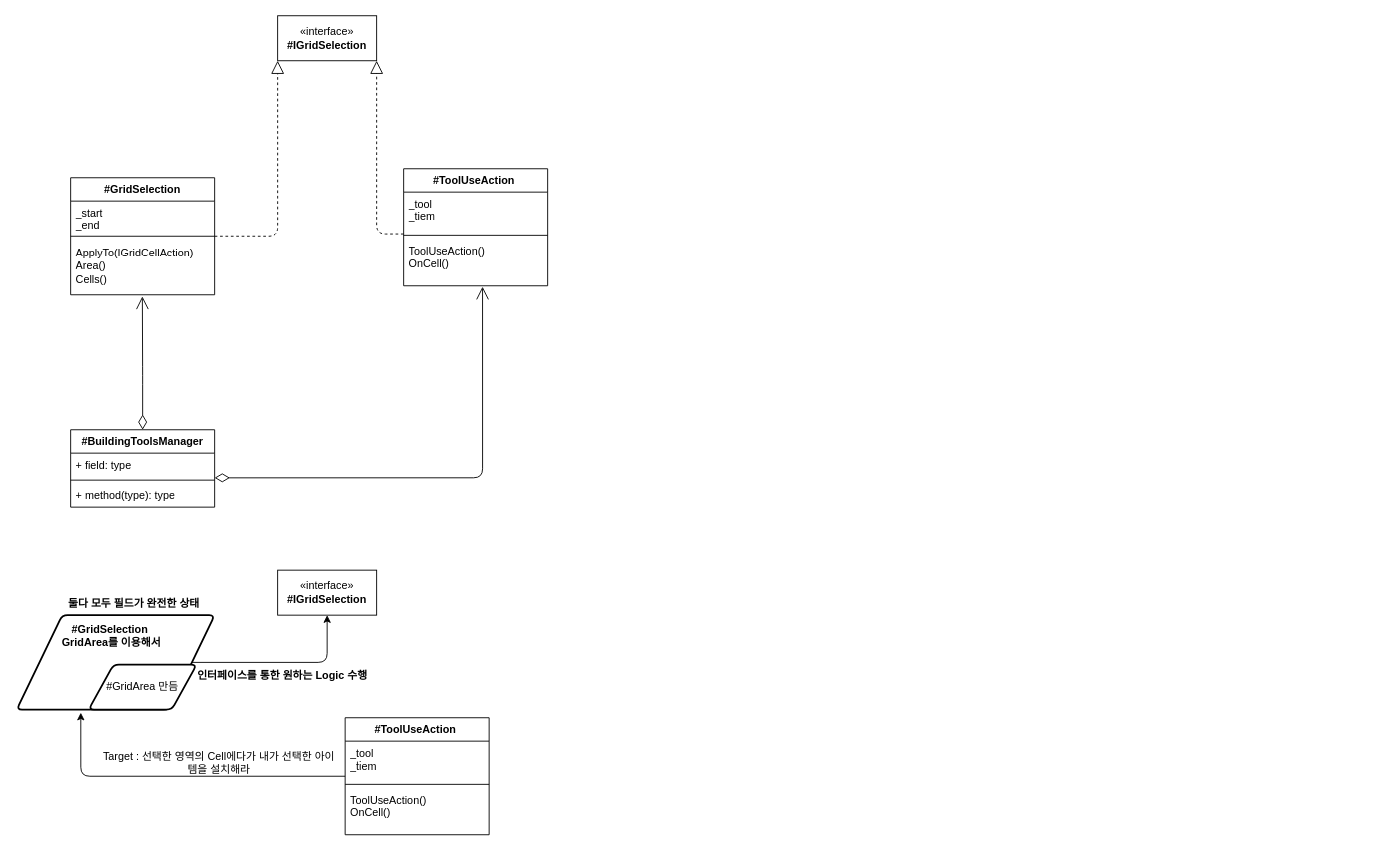
Kyukwang94/tower-defence-game keeps this draw.io diagram as documents/diagrams/GridSelection_System(elegant).drawio. Above is the earlier version. Source tidied: cells renumbered, new cells numbered last; positions are measured from the earlier drawing's top-left corner, leaving out a move shared by most shapes. Both pictures are drawn from the tidied source at 90%, with x=0, y=0 at pixel (16, 15).
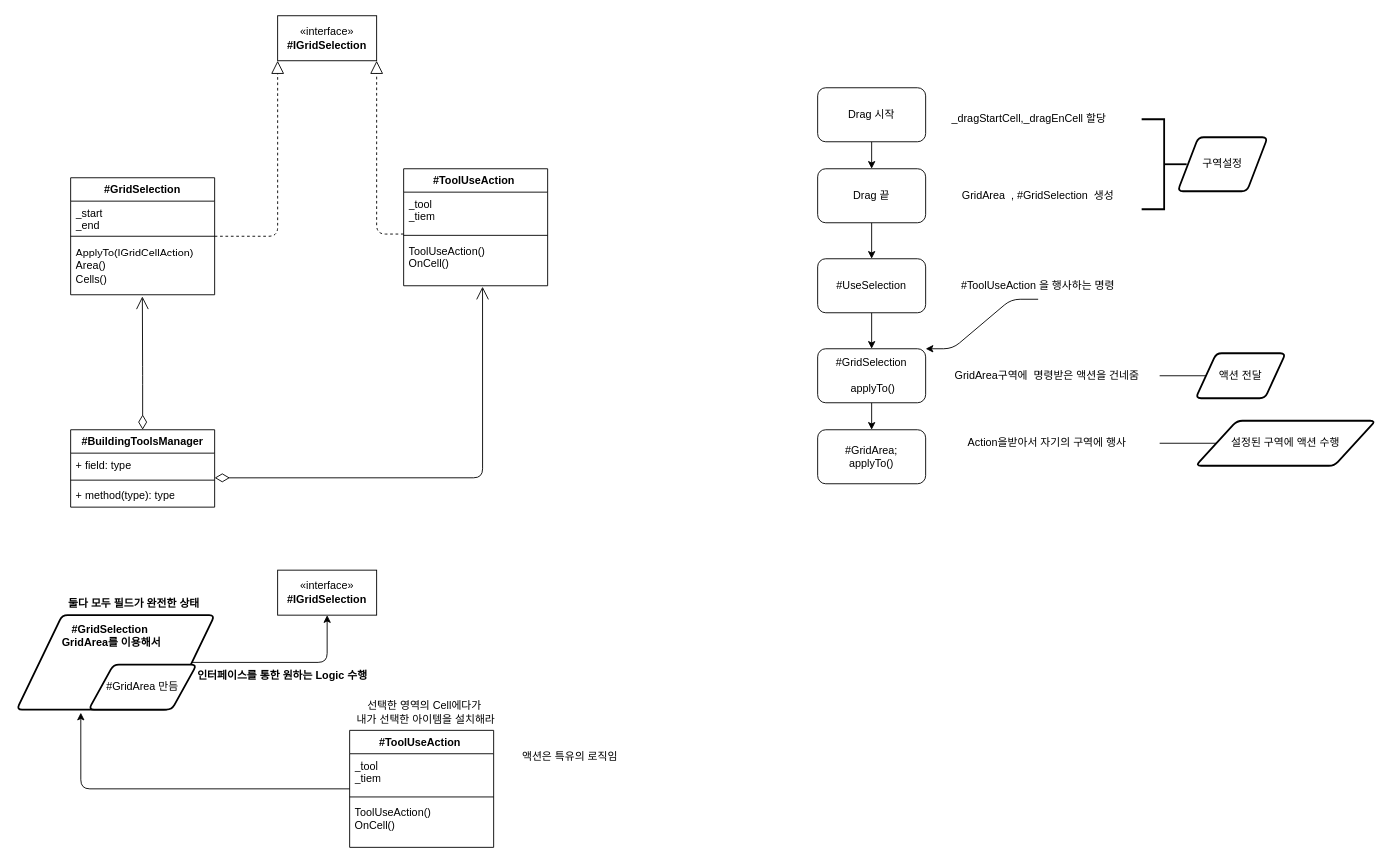
The same diagram, later.

Diff of the diagram source:
```diff
@@
-    <mxCell id="26" value="Target : 선택한 영역의 Cell에다가 내가 선택한 아이템을 설치해라" style="text;html=1;align=center;verticalAlign=middle;whiteSpace=wrap;rounded=0;" parent="1" vertex="1">
-      <mxGeometry x="90" y="780" width="270" height="100" as="geometry" />
+    <mxCell id="26" value="선택한 영역의 Cell에다가&amp;nbsp;&lt;div&gt;내가 선택한 아이템을 설치해라&lt;/div&gt;" style="text;html=1;align=center;verticalAlign=middle;whiteSpace=wrap;rounded=0;" parent="1" vertex="1">
+      <mxGeometry x="370" y="754" width="170" height="40" as="geometry" />
     </mxCell>
     <mxCell id="27" value="#ToolUseAction&amp;nbsp;" style="swimlane;fontStyle=1;align=center;verticalAlign=top;horizontal=1;startSize=26;whiteSpace=wrap;html=1;" parent="1" vertex="1">
-      <mxGeometry x="365" y="780" width="160" height="130" as="geometry" />
+      <mxGeometry x="370" y="794" width="160" height="130" as="geometry" />
     </mxCell>
@@
+    <mxCell id="32" value="액션은 특유의 로직임" style="text;html=1;align=center;verticalAlign=middle;whiteSpace=wrap;rounded=0;" parent="1" vertex="1">
+      <mxGeometry x="550" y="794" width="130" height="60" as="geometry" />
+    </mxCell>
+    <mxCell id="33" style="edgeStyle=none;html=1;" parent="1" edge="1" source="34">
+      <mxGeometry relative="1" as="geometry">
+        <mxPoint x="950" y="170" as="targetPoint" />
+      </mxGeometry>
+    </mxCell>
+    <mxCell id="34" value="Drag 시작" style="rounded=1;whiteSpace=wrap;html=1;" parent="1" vertex="1">
+      <mxGeometry x="890" y="80" width="120" height="60" as="geometry" />
+    </mxCell>
+    <mxCell id="35" value="_dragStartCell,&lt;span style=&quot;color: rgb(0, 0, 0); background-color: transparent;&quot;&gt;_dragEnCell&amp;nbsp;&lt;/span&gt;&lt;span style=&quot;color: rgb(0, 0, 0); background-color: transparent;&quot;&gt;할당&lt;/span&gt;" style="text;html=1;align=center;verticalAlign=middle;whiteSpace=wrap;rounded=0;" parent="1" vertex="1">
+      <mxGeometry x="1020" y="100" width="210" height="30" as="geometry" />
+    </mxCell>
+    <mxCell id="36" style="edgeStyle=none;html=1;" parent="1" edge="1" source="37">
+      <mxGeometry relative="1" as="geometry">
+        <mxPoint x="950" y="270" as="targetPoint" />
+      </mxGeometry>
+    </mxCell>
+    <mxCell id="37" value="Drag 끝" style="rounded=1;whiteSpace=wrap;html=1;" parent="1" vertex="1">
+      <mxGeometry x="890" y="170" width="120" height="60" as="geometry" />
+    </mxCell>
+    <mxCell id="38" value="GridArea&amp;nbsp; , #GridSelection&amp;nbsp; 생성" style="text;html=1;align=center;verticalAlign=middle;whiteSpace=wrap;rounded=0;" parent="1" vertex="1">
+      <mxGeometry x="1030" y="185" width="210" height="30" as="geometry" />
+    </mxCell>
+    <mxCell id="39" style="edgeStyle=none;html=1;" parent="1" edge="1" source="40" target="44">
+      <mxGeometry relative="1" as="geometry" />
+    </mxCell>
+    <mxCell id="40" value="#UseSelection" style="rounded=1;whiteSpace=wrap;html=1;" parent="1" vertex="1">
+      <mxGeometry x="890" y="270" width="120" height="60" as="geometry" />
+    </mxCell>
+    <mxCell id="41" style="edgeStyle=entityRelationEdgeStyle;html=1;entryX=1;entryY=0;entryDx=0;entryDy=0;exitX=0.5;exitY=1;exitDx=0;exitDy=0;" parent="1" edge="1" source="42" target="44">
+      <mxGeometry relative="1" as="geometry" />
+    </mxCell>
+    <mxCell id="42" value="#ToolUseAction 을 행사하는 명령" style="text;html=1;align=center;verticalAlign=middle;whiteSpace=wrap;rounded=0;" parent="1" vertex="1">
+      <mxGeometry x="1030" y="285" width="210" height="30" as="geometry" />
+    </mxCell>
+    <mxCell id="43" style="edgeStyle=none;html=1;entryX=0.5;entryY=0;entryDx=0;entryDy=0;" parent="1" edge="1" source="44" target="46">
+      <mxGeometry relative="1" as="geometry" />
+    </mxCell>
+    <mxCell id="44" value="#GridSelection&lt;div&gt;&lt;br&gt;&lt;/div&gt;&lt;div&gt;&amp;nbsp;applyTo()&lt;/div&gt;" style="rounded=1;whiteSpace=wrap;html=1;" parent="1" vertex="1">
+      <mxGeometry x="890" y="370" width="120" height="60" as="geometry" />
+    </mxCell>
+    <mxCell id="45" value="GridArea구역에&amp;nbsp; 명령받은 액션을 건네줌" style="text;html=1;align=center;verticalAlign=middle;whiteSpace=wrap;rounded=0;" parent="1" vertex="1">
+      <mxGeometry x="1040" y="385" width="210" height="30" as="geometry" />
+    </mxCell>
+    <mxCell id="46" value="#GridArea;&lt;div&gt;applyTo()&lt;/div&gt;" style="rounded=1;whiteSpace=wrap;html=1;" parent="1" vertex="1">
+      <mxGeometry x="890" y="460" width="120" height="60" as="geometry" />
+    </mxCell>
+    <mxCell id="47" value="Action을받아서 자기의 구역에 행사" style="text;html=1;align=center;verticalAlign=middle;whiteSpace=wrap;rounded=0;" parent="1" vertex="1">
+      <mxGeometry x="1040" y="460" width="210" height="30" as="geometry" />
+    </mxCell>
+    <mxCell id="48" style="strokeWidth=2;html=1;shape=mxgraph.flowchart.annotation_2;align=left;labelPosition=right;direction=west;" parent="1" vertex="1">
+      <mxGeometry x="1250" y="115" width="50" height="100" as="geometry" />
+    </mxCell>
+    <mxCell id="49" value="구역설정" style="shape=parallelogram;html=1;strokeWidth=2;perimeter=parallelogramPerimeter;whiteSpace=wrap;rounded=1;arcSize=12;size=0.23;" parent="1" vertex="1">
+      <mxGeometry x="1290" y="135" width="100" height="60" as="geometry" />
+    </mxCell>
+    <mxCell id="50" value="액션 전달" style="shape=parallelogram;html=1;strokeWidth=2;perimeter=parallelogramPerimeter;whiteSpace=wrap;rounded=1;arcSize=12;size=0.23;" parent="1" vertex="1">
+      <mxGeometry x="1310" y="375" width="100" height="50" as="geometry" />
+    </mxCell>
+    <mxCell id="51" style="endArrow=none;html=1;exitX=0;exitY=0.5;exitDx=0;exitDy=0;" parent="1" edge="1" source="50">
+      <mxGeometry relative="1" as="geometry">
+        <mxPoint x="1270" y="400" as="targetPoint" />
+      </mxGeometry>
+    </mxCell>
+    <mxCell id="52" value="설정된 구역에 액션 수행" style="shape=parallelogram;html=1;strokeWidth=2;perimeter=parallelogramPerimeter;whiteSpace=wrap;rounded=1;arcSize=12;size=0.23;" parent="1" vertex="1">
+      <mxGeometry x="1310" y="450" width="200" height="50" as="geometry" />
+    </mxCell>
+    <mxCell id="53" style="endArrow=none;html=1;exitX=0;exitY=0.5;exitDx=0;exitDy=0;" parent="1" edge="1" source="52">
+      <mxGeometry relative="1" as="geometry">
+        <mxPoint x="1270" y="475" as="targetPoint" />
+      </mxGeometry>
+    </mxCell>
```
